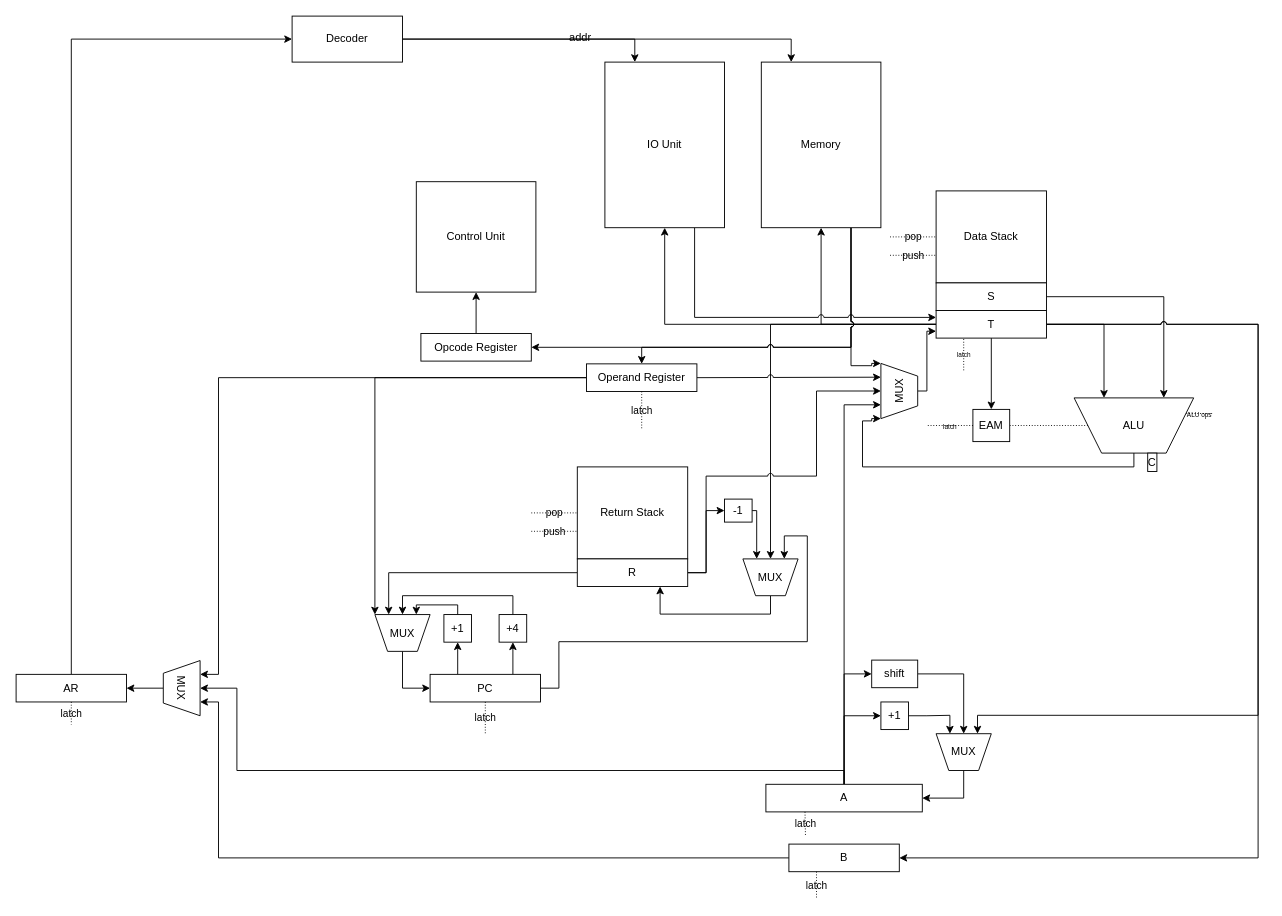
This is CSA/sheme/f32a.drawio from artem961/itmo, a draw.io file, before an edit. Source tidied: cells renumbered, new cells numbered last; positions are measured from the earlier drawing's top-left corner, leaving out a move shared by most shapes. Both pictures are drawn from the tidied source at 92%, with x=0, y=0 at pixel (16, 16).
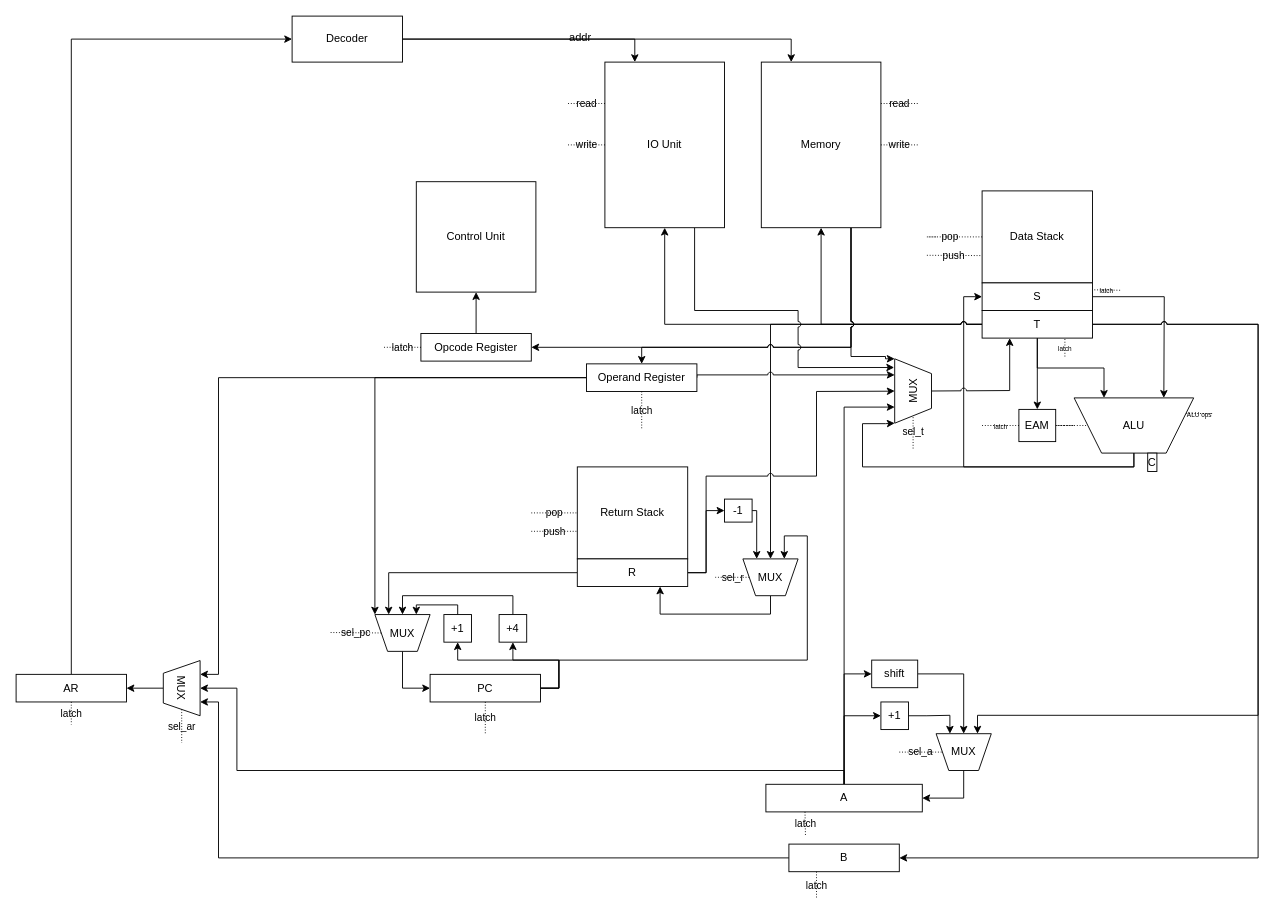
After the change.

Commit message (it also covers changes not shown here):
improve shema

Unchanged cells that the change refers to:
```xml
<mxCell id="3" value="ALU" style="verticalLabelPosition=middle;verticalAlign=middle;html=1;shape=trapezoid;perimeter=trapezoidPerimeter;whiteSpace=wrap;size=0.23;arcSize=10;flipV=1;labelPosition=center;align=center;labelBackgroundColor=none;" parent="1" vertex="1">
  <mxGeometry x="1150" y="415" width="130" height="60" as="geometry" />
</mxCell>
<mxCell id="22" value="A" style="rounded=0;whiteSpace=wrap;html=1;labelBackgroundColor=none;" parent="1" vertex="1">
  <mxGeometry x="815" y="835" width="170" height="30" as="geometry" />
</mxCell>
<mxCell id="24" value="MUX" style="verticalLabelPosition=middle;verticalAlign=middle;html=1;shape=trapezoid;perimeter=trapezoidPerimeter;whiteSpace=wrap;size=0.23;arcSize=10;flipV=1;labelPosition=center;align=center;rounded=0;labelBackgroundColor=none;" parent="1" vertex="1">
  <mxGeometry x="1000" y="780" width="60" height="40" as="geometry" />
</mxCell>
<mxCell id="44" value="Memory" style="rounded=0;whiteSpace=wrap;html=1;labelBackgroundColor=none;" parent="1" vertex="1">
  <mxGeometry x="810" y="50" width="130" height="180" as="geometry" />
</mxCell>
<mxCell id="48" value="PC" style="rounded=0;whiteSpace=wrap;html=1;labelBackgroundColor=none;" parent="1" vertex="1">
  <mxGeometry x="450" y="715.5" width="120" height="30" as="geometry" />
</mxCell>
<mxCell id="50" value="MUX" style="verticalLabelPosition=middle;verticalAlign=middle;html=1;shape=trapezoid;perimeter=trapezoidPerimeter;whiteSpace=wrap;size=0.23;arcSize=10;flipV=1;labelPosition=center;align=center;rounded=0;labelBackgroundColor=none;" parent="1" vertex="1">
  <mxGeometry x="390" y="650.5" width="60" height="40" as="geometry" />
</mxCell>
<mxCell id="52" value="+1" style="rounded=0;whiteSpace=wrap;html=1;labelBackgroundColor=none;" parent="1" vertex="1">
  <mxGeometry x="465" y="650.5" width="30" height="30" as="geometry" />
</mxCell>
<mxCell id="54" value="+4" style="rounded=0;whiteSpace=wrap;html=1;labelBackgroundColor=none;" parent="1" vertex="1">
  <mxGeometry x="525" y="650.5" width="30" height="30" as="geometry" />
</mxCell>
<mxCell id="62" value="Operand Register" style="rounded=0;whiteSpace=wrap;html=1;labelBackgroundColor=none;" parent="1" vertex="1">
  <mxGeometry x="620" y="378" width="120" height="30" as="geometry" />
</mxCell>
<mxCell id="66" value="MUX" style="verticalLabelPosition=middle;verticalAlign=middle;html=1;shape=trapezoid;perimeter=trapezoidPerimeter;whiteSpace=wrap;size=0.23;arcSize=10;flipV=1;labelPosition=center;align=center;rounded=0;rotation=90;labelBackgroundColor=none;" parent="1" vertex="1">
  <mxGeometry x="150" y="710.5" width="60" height="40" as="geometry" />
</mxCell>
<mxCell id="70" value="MUX" style="verticalLabelPosition=middle;verticalAlign=middle;html=1;shape=trapezoid;perimeter=trapezoidPerimeter;whiteSpace=wrap;size=0.23;arcSize=10;flipV=1;labelPosition=center;align=center;rounded=0;labelBackgroundColor=none;" parent="1" vertex="1">
  <mxGeometry x="790" y="590" width="60" height="40" as="geometry" />
</mxCell>
<mxCell id="74" value="IO Unit" style="rounded=0;whiteSpace=wrap;html=1;labelBackgroundColor=none;" parent="1" vertex="1">
  <mxGeometry x="640" y="50" width="130" height="180" as="geometry" />
</mxCell>
<mxCell id="82" value="Opcode Register" style="rounded=0;whiteSpace=wrap;html=1;labelBackgroundColor=none;" parent="1" vertex="1">
  <mxGeometry x="440" y="345" width="120" height="30" as="geometry" />
</mxCell>
```

What changed in the source:
```diff
@@
     <mxCell id="2" style="edgeStyle=orthogonalEdgeStyle;rounded=0;jettySize=auto;html=1;entryX=0;entryY=0;entryDx=0;entryDy=0;fontFamily=Helvetica;fontSize=12;fontColor=default;labelBackgroundColor=none;" parent="1" edge="1" source="3" target="57">
       <mxGeometry relative="1" as="geometry">
         <Array as="points">
           <mxPoint x="1215" y="490" />
           <mxPoint x="920" y="490" />
-          <mxPoint x="920" y="440" />
-          <mxPoint x="930" y="440" />
-          <mxPoint x="930" y="438" />
+          <mxPoint x="920" y="443" />
+          <mxPoint x="945" y="443" />
         </Array>
       </mxGeometry>
     </mxCell>
+    <mxCell id="85" style="edgeStyle=orthogonalEdgeStyle;rounded=0;jettySize=auto;html=1;entryX=0;entryY=0.5;entryDx=0;entryDy=0;jumpStyle=arc;" parent="1" edge="1" source="3" target="7">
+      <mxGeometry relative="1" as="geometry">
+        <Array as="points">
+          <mxPoint x="1215" y="490" />
+          <mxPoint x="1030" y="490" />
+          <mxPoint x="1030" y="305" />
+        </Array>
+      </mxGeometry>
+    </mxCell>
@@
     <mxCell id="5" value="Data Stack" style="rounded=0;whiteSpace=wrap;html=1;labelBackgroundColor=none;" parent="1" vertex="1">
-      <mxGeometry x="1000" y="190" width="120" height="100" as="geometry" />
+      <mxGeometry x="1050" y="190" width="120" height="100" as="geometry" />
     </mxCell>
     <mxCell id="6" style="edgeStyle=orthogonalEdgeStyle;rounded=0;jettySize=auto;html=1;entryX=0.75;entryY=0;entryDx=0;entryDy=0;fontFamily=Helvetica;fontSize=12;fontColor=default;jumpStyle=arc;labelBackgroundColor=none;" parent="1" edge="1" source="7" target="3">
-      <mxGeometry relative="1" as="geometry" />
+      <mxGeometry relative="1" as="geometry">
+        <Array as="points">
+          <mxPoint x="1248" y="305" />
+          <mxPoint x="1248" y="367" />
+          <mxPoint x="1248" y="367" />
+        </Array>
+      </mxGeometry>
     </mxCell>
     <mxCell id="7" value="S" style="rounded=0;whiteSpace=wrap;html=1;labelBackgroundColor=none;" parent="1" vertex="1">
-      <mxGeometry x="1000" y="290" width="120" height="30" as="geometry" />
+      <mxGeometry x="1050" y="290" width="120" height="30" as="geometry" />
     </mxCell>
@@
-    <mxCell id="10" style="edgeStyle=orthogonalEdgeStyle;rounded=0;jettySize=auto;html=1;entryX=0.5;entryY=1;entryDx=0;entryDy=0;fontFamily=Helvetica;fontSize=12;fontColor=default;labelBackgroundColor=none;" parent="1" edge="1" source="15" target="44">
+    <mxCell id="10" style="edgeStyle=orthogonalEdgeStyle;rounded=0;jettySize=auto;html=1;entryX=0.5;entryY=1;entryDx=0;entryDy=0;fontFamily=Helvetica;fontSize=12;fontColor=default;labelBackgroundColor=none;strokeColor=light-dark(#000000,#FF6666);jumpStyle=arc;" parent="1" edge="1" source="15" target="44">
       <mxGeometry relative="1" as="geometry" />
     </mxCell>
@@
-    <mxCell id="13" style="edgeStyle=orthogonalEdgeStyle;rounded=0;jettySize=auto;html=1;entryX=0.5;entryY=0;entryDx=0;entryDy=0;labelBackgroundColor=none;fontColor=default;" parent="1" edge="1" source="15" target="70">
+    <mxCell id="13" style="edgeStyle=orthogonalEdgeStyle;rounded=0;jettySize=auto;html=1;entryX=0.5;entryY=0;entryDx=0;entryDy=0;labelBackgroundColor=none;fontColor=default;strokeColor=light-dark(#000000,#FF6666);jumpStyle=arc;" parent="1" edge="1" source="15" target="70">
       <mxGeometry relative="1" as="geometry">
         <Array as="points">
           <mxPoint x="820" y="335" />
           <mxPoint x="820" y="585" />
         </Array>
       </mxGeometry>
     </mxCell>
-    <mxCell id="14" style="edgeStyle=orthogonalEdgeStyle;rounded=0;jettySize=auto;html=1;entryX=0.5;entryY=1;entryDx=0;entryDy=0;labelBackgroundColor=none;fontColor=default;" parent="1" edge="1" source="15" target="74">
+    <mxCell id="14" style="edgeStyle=orthogonalEdgeStyle;rounded=0;jettySize=auto;html=1;entryX=0.5;entryY=1;entryDx=0;entryDy=0;labelBackgroundColor=none;fontColor=default;strokeColor=light-dark(#000000,#FF6666);jumpStyle=arc;" parent="1" edge="1" source="15" target="74">
       <mxGeometry relative="1" as="geometry">
         <Array as="points">
           <mxPoint x="705" y="335" />
         </Array>
       </mxGeometry>
     </mxCell>
     <mxCell id="15" value="T" style="rounded=0;whiteSpace=wrap;html=1;labelBackgroundColor=none;" parent="1" vertex="1">
-      <mxGeometry x="1000" y="320" width="120" height="30" as="geometry" />
+      <mxGeometry x="1050" y="320" width="120" height="30" as="geometry" />
     </mxCell>
     <mxCell id="16" value="pop" style="endArrow=none;dashed=1;html=1;rounded=0;dashPattern=1 2;entryX=0;entryY=0.5;entryDx=0;entryDy=0;labelBackgroundColor=none;fontColor=default;" parent="1" edge="1" target="5">
       <mxGeometry relative="1" as="geometry">
-        <mxPoint x="950" y="240" as="sourcePoint" />
+        <mxPoint x="1000" y="240" as="sourcePoint" />
+        <Array as="points">
+          <mxPoint x="990" y="240" />
+          <mxPoint x="1020" y="240" />
+        </Array>
       </mxGeometry>
     </mxCell>
-    <mxCell id="17" value="push" style="endArrow=none;dashed=1;html=1;rounded=0;dashPattern=1 2;entryX=0;entryY=0.5;entryDx=0;entryDy=0;labelBackgroundColor=none;fontColor=default;" parent="1" edge="1">
+    <mxCell id="17" value="push" style="endArrow=none;dashed=1;html=1;rounded=0;dashPattern=1 2;entryX=-0.016;entryY=0.703;entryDx=0;entryDy=0;labelBackgroundColor=none;fontColor=default;entryPerimeter=0;" parent="1" edge="1" target="5">
       <mxGeometry relative="1" as="geometry">
-        <mxPoint x="950" y="260" as="sourcePoint" />
-        <mxPoint x="1000" y="260" as="targetPoint" />
+        <mxPoint x="990" y="260" as="sourcePoint" />
       </mxGeometry>
     </mxCell>
@@
     <mxCell id="20" style="edgeStyle=orthogonalEdgeStyle;rounded=0;jettySize=auto;html=1;entryX=0.25;entryY=0;entryDx=0;entryDy=0;fontFamily=Helvetica;fontSize=12;fontColor=default;exitX=0.5;exitY=0;exitDx=0;exitDy=0;labelBackgroundColor=none;" parent="1" edge="1" source="22" target="57">
       <mxGeometry relative="1" as="geometry">
         <Array as="points">
-          <mxPoint x="900" y="423" />
+          <mxPoint x="900" y="425" />
         </Array>
       </mxGeometry>
     </mxCell>
@@
     <mxCell id="36" value="EAM" style="rounded=0;whiteSpace=wrap;html=1;labelBackgroundColor=none;" parent="1" vertex="1">
-      <mxGeometry x="1040" y="427.5" width="40" height="35" as="geometry" />
+      <mxGeometry x="1090" y="427.5" width="40" height="35" as="geometry" />
     </mxCell>
@@
-    <mxCell id="41" style="edgeStyle=orthogonalEdgeStyle;rounded=0;jettySize=auto;html=1;entryX=0.5;entryY=0;entryDx=0;entryDy=0;fontFamily=Helvetica;fontSize=12;fontColor=default;exitX=0.75;exitY=1;exitDx=0;exitDy=0;jumpStyle=arc;labelBackgroundColor=none;" parent="1" edge="1" source="44" target="62">
+    <mxCell id="41" style="edgeStyle=orthogonalEdgeStyle;rounded=0;jettySize=auto;html=1;entryX=0.5;entryY=0;entryDx=0;entryDy=0;fontFamily=Helvetica;fontSize=12;fontColor=default;exitX=0.75;exitY=1;exitDx=0;exitDy=0;jumpStyle=arc;labelBackgroundColor=none;strokeColor=light-dark(#000000,#66FF66);" parent="1" edge="1" source="44" target="62">
       <mxGeometry relative="1" as="geometry">
         <Array as="points">
           <mxPoint x="908" y="360" />
           <mxPoint x="680" y="360" />
         </Array>
       </mxGeometry>
     </mxCell>
-    <mxCell id="42" style="edgeStyle=orthogonalEdgeStyle;rounded=0;jettySize=auto;html=1;entryX=1;entryY=0;entryDx=0;entryDy=0;fontFamily=Helvetica;fontSize=12;fontColor=default;exitX=0.75;exitY=1;exitDx=0;exitDy=0;jumpStyle=arc;labelBackgroundColor=none;" parent="1" edge="1" source="44" target="57">
+    <mxCell id="42" style="edgeStyle=orthogonalEdgeStyle;rounded=0;jettySize=auto;html=1;fontFamily=Helvetica;fontSize=12;fontColor=default;exitX=0.75;exitY=1;exitDx=0;exitDy=0;jumpStyle=arc;labelBackgroundColor=none;entryX=1;entryY=0;entryDx=0;entryDy=0;strokeColor=light-dark(#000000,#66FF66);" parent="1" edge="1" source="44" target="57">
       <mxGeometry relative="1" as="geometry">
         <Array as="points">
-          <mxPoint x="908" y="380" />
-          <mxPoint x="930" y="380" />
+          <mxPoint x="908" y="370" />
+          <mxPoint x="945" y="370" />
         </Array>
       </mxGeometry>
     </mxCell>
-    <mxCell id="43" style="edgeStyle=orthogonalEdgeStyle;rounded=0;jettySize=auto;html=1;entryX=1;entryY=0.5;entryDx=0;entryDy=0;exitX=0.75;exitY=1;exitDx=0;exitDy=0;jumpStyle=arc;" parent="1" edge="1" source="44" target="82">
+    <mxCell id="43" style="edgeStyle=orthogonalEdgeStyle;rounded=0;jettySize=auto;html=1;entryX=1;entryY=0.5;entryDx=0;entryDy=0;exitX=0.75;exitY=1;exitDx=0;exitDy=0;jumpStyle=arc;strokeColor=light-dark(#000000,#66FF66);" parent="1" edge="1" source="44" target="82">
       <mxGeometry relative="1" as="geometry">
         <Array as="points">
           <mxPoint x="908" y="360" />
-          <mxPoint x="570" y="360" />
         </Array>
       </mxGeometry>
     </mxCell>
@@
-    <mxCell id="45" style="edgeStyle=orthogonalEdgeStyle;rounded=0;jettySize=auto;html=1;entryX=0.5;entryY=1;entryDx=0;entryDy=0;fontFamily=Helvetica;fontSize=12;fontColor=default;exitX=0.25;exitY=0;exitDx=0;exitDy=0;labelBackgroundColor=none;" parent="1" edge="1" source="48" target="52">
-      <mxGeometry relative="1" as="geometry" />
+    <mxCell id="45" style="edgeStyle=orthogonalEdgeStyle;rounded=0;jettySize=auto;html=1;entryX=0.5;entryY=1;entryDx=0;entryDy=0;fontFamily=Helvetica;fontSize=12;fontColor=default;exitX=1;exitY=0.5;exitDx=0;exitDy=0;labelBackgroundColor=none;" parent="1" edge="1" source="48" target="52">
+      <mxGeometry relative="1" as="geometry">
+        <Array as="points">
+          <mxPoint x="590" y="731" />
+          <mxPoint x="590" y="700" />
+          <mxPoint x="480" y="700" />
+        </Array>
+      </mxGeometry>
     </mxCell>
-    <mxCell id="46" style="edgeStyle=orthogonalEdgeStyle;rounded=0;jettySize=auto;html=1;entryX=0.5;entryY=1;entryDx=0;entryDy=0;fontFamily=Helvetica;fontSize=12;fontColor=default;exitX=0.75;exitY=0;exitDx=0;exitDy=0;labelBackgroundColor=none;" parent="1" edge="1" source="48" target="54">
-      <mxGeometry relative="1" as="geometry" />
+    <mxCell id="46" style="edgeStyle=orthogonalEdgeStyle;rounded=0;jettySize=auto;html=1;entryX=0.5;entryY=1;entryDx=0;entryDy=0;fontFamily=Helvetica;fontSize=12;fontColor=default;exitX=1;exitY=0.5;exitDx=0;exitDy=0;labelBackgroundColor=none;" parent="1" edge="1" source="48" target="54">
+      <mxGeometry relative="1" as="geometry">
+        <Array as="points">
+          <mxPoint x="590" y="731" />
+          <mxPoint x="590" y="700" />
+          <mxPoint x="540" y="700" />
+        </Array>
+      </mxGeometry>
     </mxCell>
     <mxCell id="47" style="edgeStyle=orthogonalEdgeStyle;rounded=0;jettySize=auto;html=1;entryX=0.75;entryY=0;entryDx=0;entryDy=0;exitX=1;exitY=0.5;exitDx=0;exitDy=0;labelBackgroundColor=none;fontColor=default;" parent="1" edge="1" source="48" target="70">
       <mxGeometry relative="1" as="geometry">
         <Array as="points">
           <mxPoint x="590" y="731" />
-          <mxPoint x="590" y="680" />
-          <mxPoint x="860" y="680" />
+          <mxPoint x="590" y="700" />
+          <mxPoint x="860" y="700" />
           <mxPoint x="860" y="565" />
           <mxPoint x="835" y="565" />
         </Array>
       </mxGeometry>
     </mxCell>
@@
     <mxCell id="55" value="&lt;font style=&quot;font-size: 7px;&quot;&gt;latch&lt;/font&gt;" style="endArrow=none;dashed=1;html=1;rounded=0;dashPattern=1 2;exitX=0;exitY=0.5;exitDx=0;exitDy=0;labelBackgroundColor=none;fontColor=default;" parent="1" edge="1" source="36">
       <mxGeometry relative="1" as="geometry">
-        <mxPoint x="990" y="445" as="targetPoint" />
+        <mxPoint x="1050" y="445" as="targetPoint" />
       </mxGeometry>
     </mxCell>
-    <mxCell id="56" style="edgeStyle=orthogonalEdgeStyle;rounded=0;jettySize=auto;html=1;entryX=0;entryY=0.75;entryDx=0;entryDy=0;fontFamily=Helvetica;fontSize=12;fontColor=default;exitX=0.5;exitY=1;exitDx=0;exitDy=0;labelBackgroundColor=none;" parent="1" edge="1" source="57" target="15">
+    <mxCell id="56" style="edgeStyle=orthogonalEdgeStyle;rounded=0;jettySize=auto;html=1;entryX=0.25;entryY=1;entryDx=0;entryDy=0;fontFamily=Helvetica;fontSize=12;fontColor=default;exitX=0.5;exitY=1;exitDx=0;exitDy=0;labelBackgroundColor=none;jumpStyle=arc;" parent="1" edge="1" source="57" target="15">
       <mxGeometry relative="1" as="geometry">
         <Array as="points">
-          <mxPoint x="990" y="408" />
-          <mxPoint x="990" y="343" />
+          <mxPoint x="1030" y="407" />
+          <mxPoint x="1080" y="407" />
         </Array>
       </mxGeometry>
     </mxCell>
     <mxCell id="57" value="MUX" style="verticalLabelPosition=middle;verticalAlign=middle;html=1;shape=trapezoid;perimeter=trapezoidPerimeter;whiteSpace=wrap;size=0.23;arcSize=10;flipV=1;labelPosition=center;align=center;rounded=0;rotation=-90;labelBackgroundColor=none;" parent="1" vertex="1">
-      <mxGeometry x="930" y="387.5" width="60" height="40" as="geometry" />
+      <mxGeometry x="940" y="387.5" width="70" height="40" as="geometry" />
     </mxCell>
-    <mxCell id="58" value="&lt;font style=&quot;font-size: 7px;&quot;&gt;latch&lt;/font&gt;" style="endArrow=none;dashed=1;html=1;rounded=0;dashPattern=1 2;entryX=0.25;entryY=1;entryDx=0;entryDy=0;labelBackgroundColor=none;fontColor=default;" parent="1" edge="1" target="15">
+    <mxCell id="58" value="&lt;font style=&quot;font-size: 7px;&quot;&gt;latch&lt;/font&gt;" style="endArrow=none;dashed=1;html=1;rounded=0;dashPattern=1 2;entryX=0.75;entryY=1;entryDx=0;entryDy=0;labelBackgroundColor=none;fontColor=default;" parent="1" edge="1" target="15">
       <mxGeometry relative="1" as="geometry">
-        <mxPoint x="1030" y="385" as="sourcePoint" />
+        <mxPoint x="1140" y="370" as="sourcePoint" />
       </mxGeometry>
     </mxCell>
     <mxCell id="59" style="edgeStyle=orthogonalEdgeStyle;rounded=0;jettySize=auto;html=1;entryX=0.75;entryY=0;entryDx=0;entryDy=0;fontFamily=Helvetica;fontSize=12;fontColor=default;exitX=1;exitY=0.5;exitDx=0;exitDy=0;jumpStyle=arc;labelBackgroundColor=none;" parent="1" edge="1" source="62" target="57">
       <mxGeometry relative="1" as="geometry">
         <Array as="points">
-          <mxPoint x="760" y="393" />
+          <mxPoint x="740" y="390" />
         </Array>
       </mxGeometry>
     </mxCell>
@@
-    <mxCell id="73" style="edgeStyle=orthogonalEdgeStyle;rounded=0;jettySize=auto;html=1;entryX=0;entryY=0.25;entryDx=0;entryDy=0;exitX=0.75;exitY=1;exitDx=0;exitDy=0;jumpStyle=arc;" parent="1" edge="1" source="74" target="15">
+    <mxCell id="73" style="edgeStyle=orthogonalEdgeStyle;rounded=0;jettySize=auto;html=1;exitX=0.75;exitY=1;exitDx=0;exitDy=0;jumpStyle=arc;entryX=0.865;entryY=1.014;entryDx=0;entryDy=0;entryPerimeter=0;" parent="1" edge="1" source="74" target="57">
       <mxGeometry relative="1" as="geometry">
         <Array as="points">
-          <mxPoint x="738" y="328" />
+          <mxPoint x="738" y="320" />
+          <mxPoint x="850" y="320" />
+          <mxPoint x="850" y="382" />
         </Array>
       </mxGeometry>
     </mxCell>
@@
+    <mxCell id="86" value="latch" style="endArrow=none;dashed=1;html=1;rounded=0;dashPattern=1 2;labelBackgroundColor=none;fontColor=default;exitX=0;exitY=0.5;exitDx=0;exitDy=0;" parent="1" edge="1" source="82">
+      <mxGeometry relative="1" as="geometry">
+        <mxPoint x="400" y="360" as="targetPoint" />
+      </mxGeometry>
+    </mxCell>
+    <mxCell id="87" value="sel_ar" style="endArrow=none;dashed=1;html=1;rounded=0;dashPattern=1 2;labelBackgroundColor=none;fontColor=default;exitX=1;exitY=0.5;exitDx=0;exitDy=0;" parent="1" edge="1" source="66">
+      <mxGeometry relative="1" as="geometry">
+        <mxPoint x="180" y="790" as="targetPoint" />
+      </mxGeometry>
+    </mxCell>
+    <mxCell id="88" value="sel_pc" style="endArrow=none;dashed=1;html=1;rounded=0;dashPattern=1 2;labelBackgroundColor=none;fontColor=default;exitX=0;exitY=0.5;exitDx=0;exitDy=0;" parent="1" edge="1" source="50">
+      <mxGeometry relative="1" as="geometry">
+        <mxPoint x="340" y="670" as="targetPoint" />
+      </mxGeometry>
+    </mxCell>
+    <mxCell id="89" value="sel_r" style="endArrow=none;dashed=1;html=1;rounded=0;dashPattern=1 2;labelBackgroundColor=none;fontColor=default;exitX=0;exitY=0.5;exitDx=0;exitDy=0;" parent="1" edge="1" source="70">
+      <mxGeometry relative="1" as="geometry">
+        <mxPoint x="760" y="610" as="targetPoint" />
+      </mxGeometry>
+    </mxCell>
+    <mxCell id="90" value="sel_a" style="endArrow=none;dashed=1;html=1;rounded=0;dashPattern=1 2;labelBackgroundColor=none;fontColor=default;entryX=0;entryY=0.5;entryDx=0;entryDy=0;" parent="1" edge="1" target="24">
+      <mxGeometry relative="1" as="geometry">
+        <mxPoint x="960" y="800" as="sourcePoint" />
+      </mxGeometry>
+    </mxCell>
+    <mxCell id="91" value="sel_t" style="endArrow=none;dashed=1;html=1;rounded=0;dashPattern=1 2;labelBackgroundColor=none;fontColor=default;entryX=0;entryY=0.5;entryDx=0;entryDy=0;" parent="1" edge="1" target="57">
+      <mxGeometry relative="1" as="geometry">
+        <mxPoint x="975" y="470" as="sourcePoint" />
+      </mxGeometry>
+    </mxCell>
+    <mxCell id="92" value="read" style="endArrow=none;dashed=1;html=1;rounded=0;dashPattern=1 2;labelBackgroundColor=none;fontColor=default;exitX=1;exitY=0.25;exitDx=0;exitDy=0;" parent="1" edge="1" source="44">
+      <mxGeometry relative="1" as="geometry">
+        <mxPoint x="980" y="95" as="targetPoint" />
+      </mxGeometry>
+    </mxCell>
+    <mxCell id="93" value="write" style="endArrow=none;dashed=1;html=1;rounded=0;dashPattern=1 2;labelBackgroundColor=none;fontColor=default;exitX=1;exitY=0.5;exitDx=0;exitDy=0;" parent="1" edge="1" source="44">
+      <mxGeometry relative="1" as="geometry">
+        <mxPoint x="980" y="140" as="targetPoint" />
+      </mxGeometry>
+    </mxCell>
+    <mxCell id="94" value="read" style="endArrow=none;dashed=1;html=1;rounded=0;dashPattern=1 2;labelBackgroundColor=none;fontColor=default;exitX=0;exitY=0.25;exitDx=0;exitDy=0;" parent="1" edge="1" source="74">
+      <mxGeometry relative="1" as="geometry">
+        <mxPoint x="600" y="95" as="targetPoint" />
+      </mxGeometry>
+    </mxCell>
+    <mxCell id="95" value="write" style="endArrow=none;dashed=1;html=1;rounded=0;dashPattern=1 2;labelBackgroundColor=none;fontColor=default;exitX=0;exitY=0.5;exitDx=0;exitDy=0;" parent="1" edge="1" source="74">
+      <mxGeometry relative="1" as="geometry">
+        <mxPoint x="600" y="140" as="targetPoint" />
+      </mxGeometry>
+    </mxCell>
+    <mxCell id="96" value="&lt;font style=&quot;font-size: 7px;&quot;&gt;latch&lt;/font&gt;" style="endArrow=none;dashed=1;html=1;rounded=0;dashPattern=1 2;entryX=1;entryY=0.25;entryDx=0;entryDy=0;labelBackgroundColor=none;fontColor=default;" parent="1" edge="1" target="7">
+      <mxGeometry relative="1" as="geometry">
+        <mxPoint x="1200" y="298" as="sourcePoint" />
+      </mxGeometry>
+    </mxCell>
```
